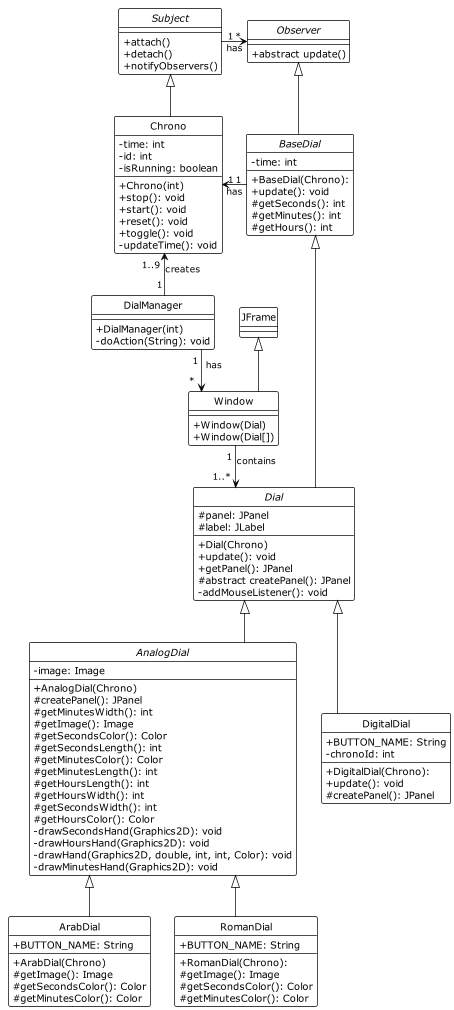
The PlantUML diagram uml/uml.png in OlinB/heig-vd-mcr-lab01, before a commit.
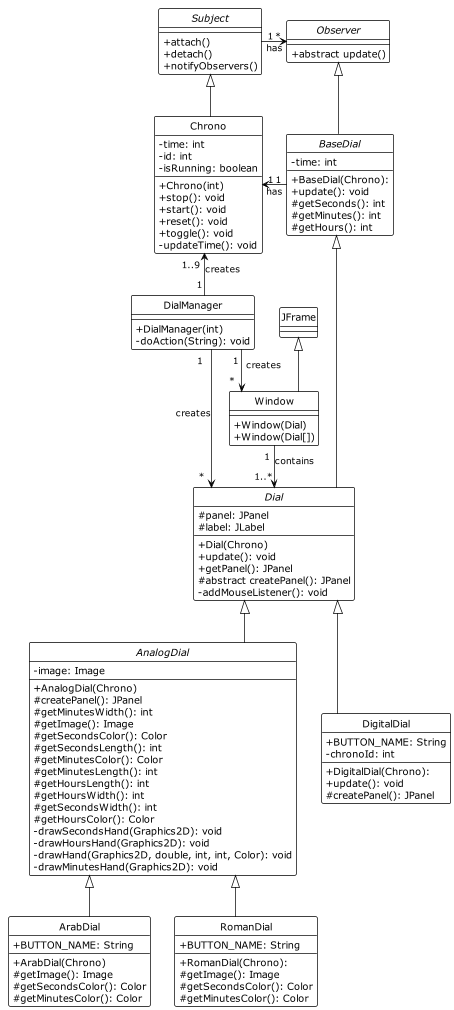
Above is the later version.

The edit, as a diff of the source:
```diff
@@ -119,6 +119,7 @@
 BaseDial    "1"--left->"1"    Chrono: has
 
 Chrono      "1..9 "<--"1 "        DialManager: creates
-DialManager "1   "-->"*"           Window: " has"
+DialManager "1   "-->"*"           Window: " creates"
+DialManager "1   "-->"*"           Dial: " creates"
 Window      "1 "-->"1..*"     Dial: contains
 @enduml
```
